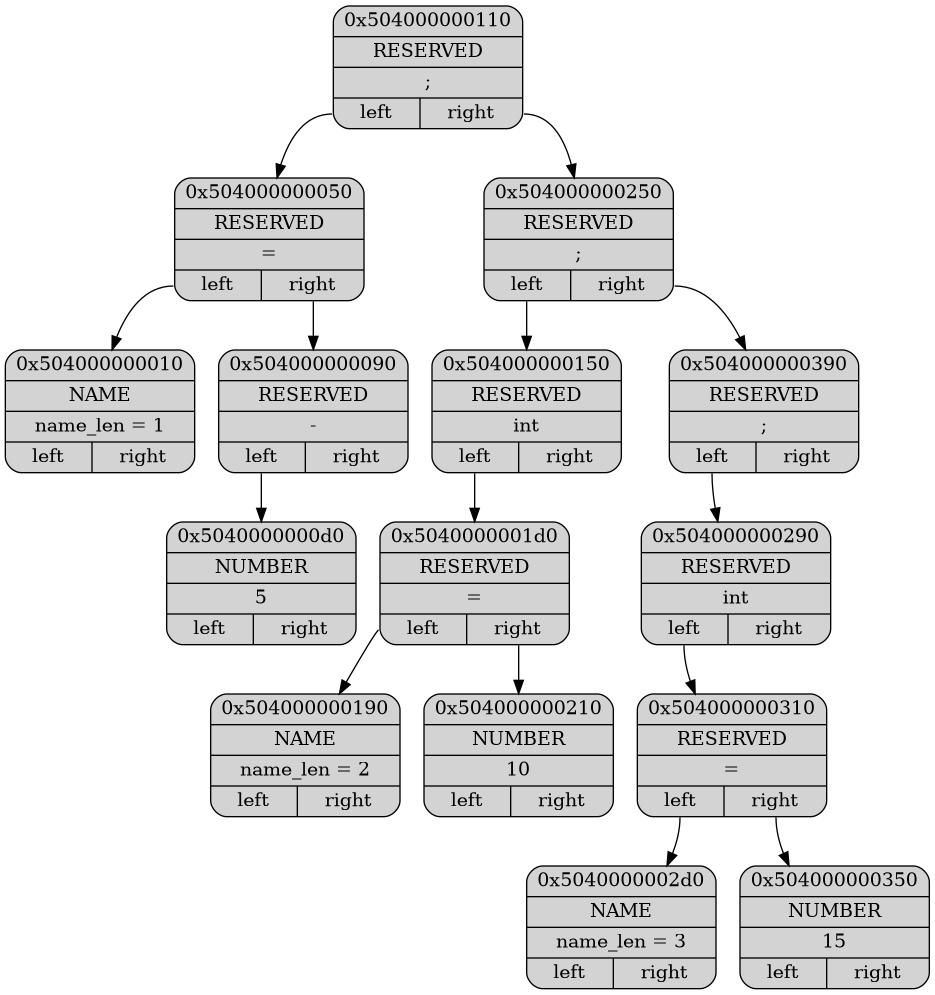
Before: Dump/dump.png, a diagram exported from Graphviz (ashqqy/Language). Its source is kept beside it as Dump/dump.dot.
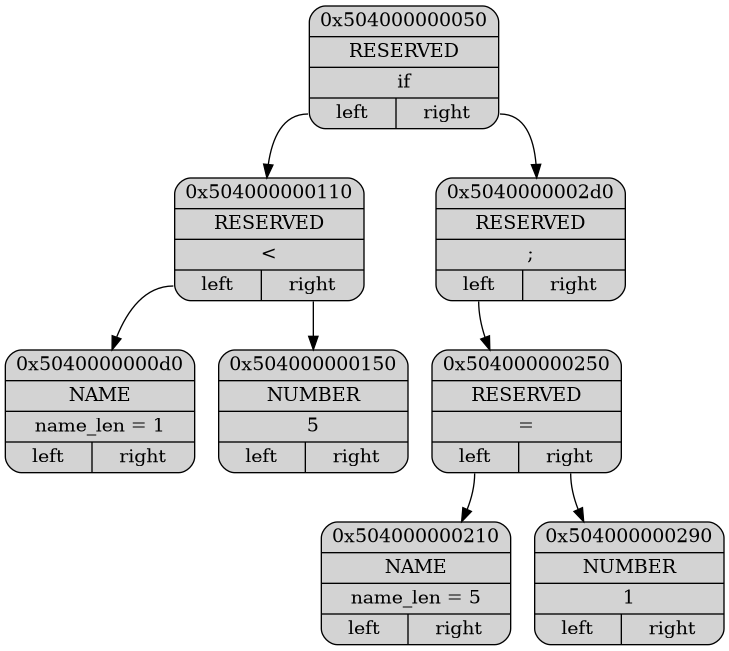
The same diagram one commit later.

The edit, as a diff of the source:
```diff
@@ -2,34 +2,20 @@
 {
 node[shape="record", style="rounded, filled"];
 
-p0x504000000110[label = "{ <ptr> 0x504000000110 | <type> RESERVED | <data> ; | { <l>left|<r>right } }"];
-p0x504000000050[label = "{ <ptr> 0x504000000050 | <type> RESERVED | <data> = | { <l>left|<r>right } }"];
-p0x504000000010[label = "{ <ptr> 0x504000000010 | <type> NAME | <data> name_len = 1 | { <l>left|<r>right } }"];
-p0x504000000090[label = "{ <ptr> 0x504000000090 | <type> RESERVED | <data> - | { <l>left|<r>right } }"];
-p0x5040000000d0[label = "{ <ptr> 0x5040000000d0 | <type> NUMBER | <data> 5 | { <l>left|<r>right } }"];
-p0x504000000250[label = "{ <ptr> 0x504000000250 | <type> RESERVED | <data> ; | { <l>left|<r>right } }"];
-p0x504000000150[label = "{ <ptr> 0x504000000150 | <type> RESERVED | <data> int | { <l>left|<r>right } }"];
-p0x5040000001d0[label = "{ <ptr> 0x5040000001d0 | <type> RESERVED | <data> = | { <l>left|<r>right } }"];
-p0x504000000190[label = "{ <ptr> 0x504000000190 | <type> NAME | <data> name_len = 2 | { <l>left|<r>right } }"];
-p0x504000000210[label = "{ <ptr> 0x504000000210 | <type> NUMBER | <data> 10 | { <l>left|<r>right } }"];
-p0x504000000390[label = "{ <ptr> 0x504000000390 | <type> RESERVED | <data> ; | { <l>left|<r>right } }"];
-p0x504000000290[label = "{ <ptr> 0x504000000290 | <type> RESERVED | <data> int | { <l>left|<r>right } }"];
-p0x504000000310[label = "{ <ptr> 0x504000000310 | <type> RESERVED | <data> = | { <l>left|<r>right } }"];
-p0x5040000002d0[label = "{ <ptr> 0x5040000002d0 | <type> NAME | <data> name_len = 3 | { <l>left|<r>right } }"];
-p0x504000000350[label = "{ <ptr> 0x504000000350 | <type> NUMBER | <data> 15 | { <l>left|<r>right } }"];
+p0x504000000050[label = "{ <ptr> 0x504000000050 | <type> RESERVED | <data> \if | { <l>left|<r>right } }"];
+p0x504000000110[label = "{ <ptr> 0x504000000110 | <type> RESERVED | <data> \< | { <l>left|<r>right } }"];
+p0x5040000000d0[label = "{ <ptr> 0x5040000000d0 | <type> NAME | <data> name_len = 1 | { <l>left|<r>right } }"];
+p0x504000000150[label = "{ <ptr> 0x504000000150 | <type> NUMBER | <data> 5 | { <l>left|<r>right } }"];
+p0x5040000002d0[label = "{ <ptr> 0x5040000002d0 | <type> RESERVED | <data> \; | { <l>left|<r>right } }"];
+p0x504000000250[label = "{ <ptr> 0x504000000250 | <type> RESERVED | <data> \= | { <l>left|<r>right } }"];
+p0x504000000210[label = "{ <ptr> 0x504000000210 | <type> NAME | <data> name_len = 5 | { <l>left|<r>right } }"];
+p0x504000000290[label = "{ <ptr> 0x504000000290 | <type> NUMBER | <data> 1 | { <l>left|<r>right } }"];
 
-p0x504000000110:<l> -> p0x504000000050
-p0x504000000050:<l> -> p0x504000000010
-p0x504000000050:<r> -> p0x504000000090
-p0x504000000090:<l> -> p0x5040000000d0
-p0x504000000110:<r> -> p0x504000000250
-p0x504000000250:<l> -> p0x504000000150
-p0x504000000150:<l> -> p0x5040000001d0
-p0x5040000001d0:<l> -> p0x504000000190
-p0x5040000001d0:<r> -> p0x504000000210
-p0x504000000250:<r> -> p0x504000000390
-p0x504000000390:<l> -> p0x504000000290
-p0x504000000290:<l> -> p0x504000000310
-p0x504000000310:<l> -> p0x5040000002d0
-p0x504000000310:<r> -> p0x504000000350
+p0x504000000050:<l> -> p0x504000000110
+p0x504000000110:<l> -> p0x5040000000d0
+p0x504000000110:<r> -> p0x504000000150
+p0x504000000050:<r> -> p0x5040000002d0
+p0x5040000002d0:<l> -> p0x504000000250
+p0x504000000250:<l> -> p0x504000000210
+p0x504000000250:<r> -> p0x504000000290
 }
```
